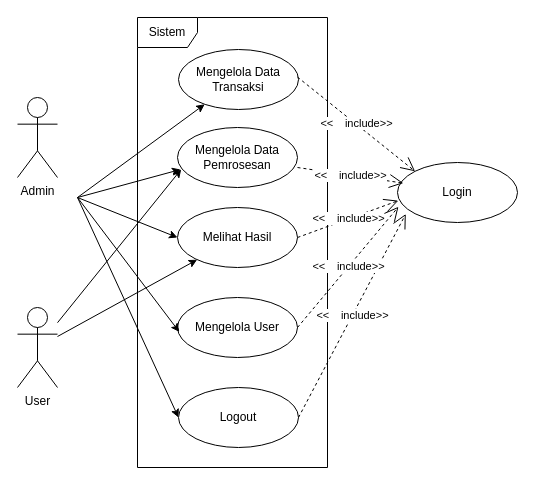
The draw.io diagram page "USECASE" (1 of 11) of Apriori Sperpart.drawio in ArtEnginer/UML-DIAGRAM, before the edit. Source tidied: cells renumbered, new cells numbered last; positions are measured from the earlier drawing's top-left corner, leaving out a move shared by most shapes. Both pictures are drawn from the tidied source at 100%, with x=0, y=0 at pixel (17, 17).
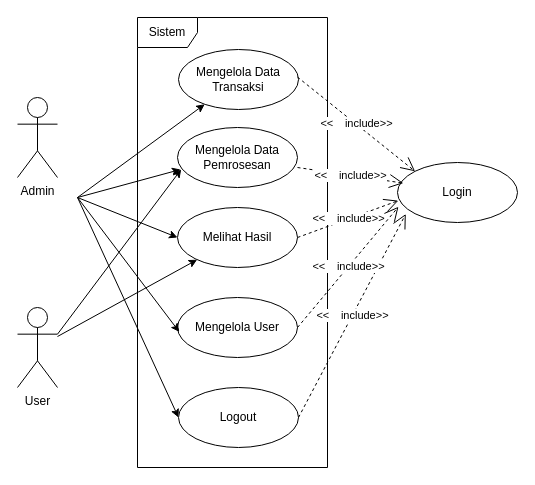
Above is the later version.

The change refers to these unchanged cells:
```xml
<mxCell id="7" value="Mengelola Data Pemrosesan" style="ellipse;whiteSpace=wrap;html=1;" parent="1" vertex="1">
  <mxGeometry x="160" y="110" width="120" height="60" as="geometry" />
</mxCell>
<mxCell id="21" value="User" style="shape=umlActor;verticalLabelPosition=bottom;verticalAlign=top;html=1;outlineConnect=0;" parent="1" vertex="1">
  <mxGeometry y="290" width="40" height="80" as="geometry" />
</mxCell>
```

The edit, as a diff of the source:
```diff
@@
-    <mxCell id="22" style="edgeStyle=none;rounded=0;jettySize=auto;html=1;entryX=0.031;entryY=0.697;entryDx=0;entryDy=0;entryPerimeter=0;" parent="1" edge="1" source="21" target="7">
+    <mxCell id="22" style="edgeStyle=none;rounded=0;jettySize=auto;html=1;entryX=0.031;entryY=0.697;entryDx=0;entryDy=0;entryPerimeter=0;exitX=1;exitY=0.3333333333333333;exitDx=0;exitDy=0;exitPerimeter=0;" parent="1" edge="1" source="21" target="7">
       <mxGeometry relative="1" as="geometry" />
     </mxCell>
```
